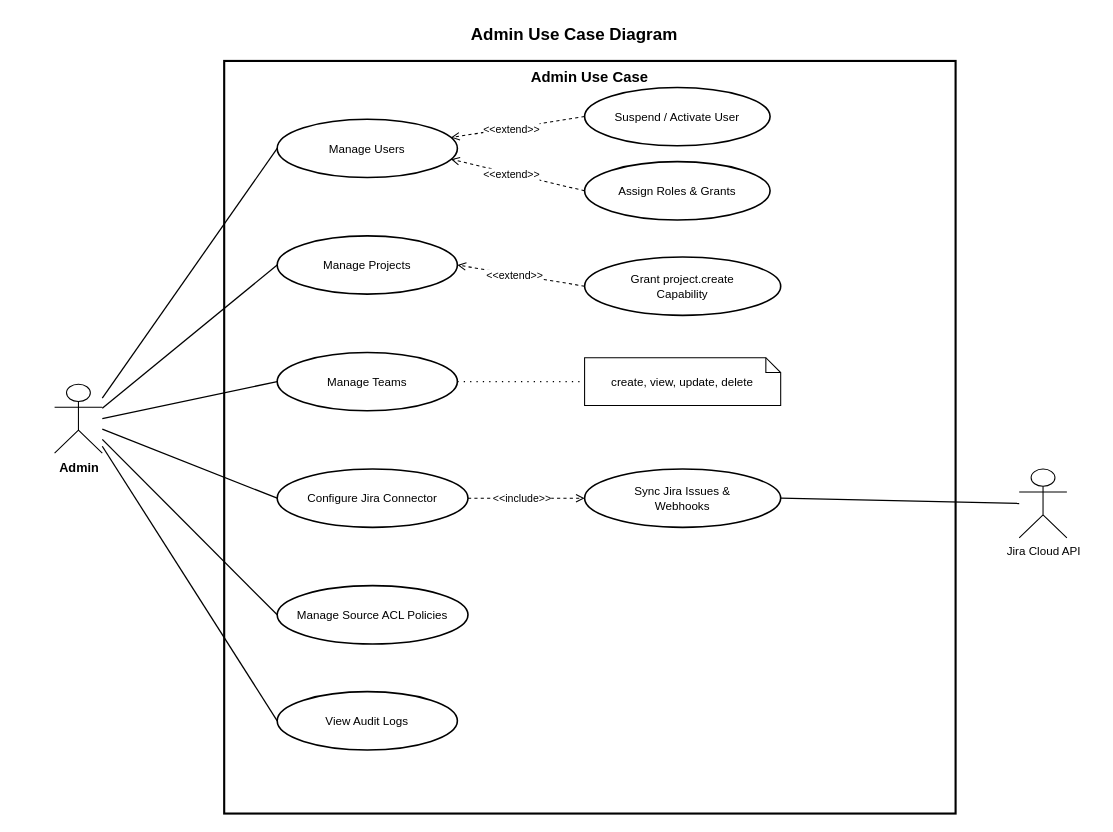
DATN-SPRING2027/Document keeps this draw.io diagram as Technical-Writing-Document/Output-DrawIo/04_usecase_admin.drawio. Above is the earlier version. Source tidied: cells renumbered, new cells numbered last; positions are measured from the earlier drawing's top-left corner, leaving out a move shared by most shapes. Both pictures are drawn from the tidied source at 106%, with x=0, y=0 at pixel (54, 18).
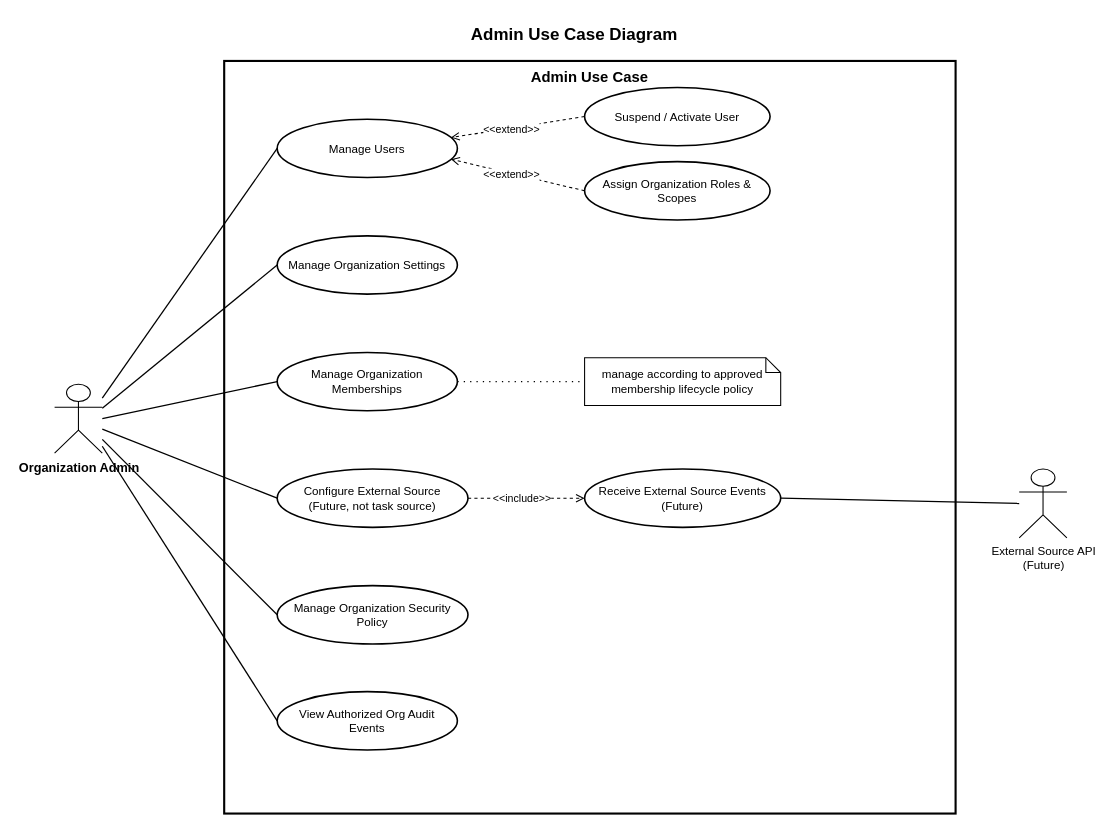
The same diagram, later.

What changed in the source:
```diff
@@
-    <mxCell id="4" value="Admin" style="shape=umlActor;verticalLabelPosition=bottom;verticalAlign=top;html=1;outlineConnect=0;fillColor=none;strokeColor=#000000;fontColor=#000000;fontStyle=1;fontSize=12;fontFamily=Helvetica;" parent="1" vertex="1">
+    <mxCell id="4" value="Organization Admin" style="shape=umlActor;verticalLabelPosition=bottom;verticalAlign=top;html=1;outlineConnect=0;fillColor=none;strokeColor=#000000;fontColor=#000000;fontStyle=1;fontSize=12;fontFamily=Helvetica;" parent="1" vertex="1">
       <mxGeometry y="345" width="45" height="65" as="geometry" />
     </mxCell>
-    <mxCell id="5" value="Jira Cloud API" style="shape=umlActor;verticalLabelPosition=bottom;verticalAlign=top;html=1;outlineConnect=0;fillColor=none;strokeColor=#000000;fontColor=#000000;fontSize=11;fontFamily=Helvetica;" parent="1" vertex="1">
+    <mxCell id="5" value="External Source API&#10;(Future)" style="shape=umlActor;verticalLabelPosition=bottom;verticalAlign=top;html=1;outlineConnect=0;fillColor=none;strokeColor=#000000;fontColor=#000000;fontSize=11;fontFamily=Helvetica;" parent="1" vertex="1">
       <mxGeometry x="910" y="425" width="45" height="65" as="geometry" />
     </mxCell>
@@
-    <mxCell id="7" value="Manage Projects" style="ellipse;whiteSpace=wrap;html=1;fillColor=#ffffff;strokeColor=#000000;strokeWidth=1.5;fontColor=#000000;fontSize=11;fontFamily=Helvetica;" parent="1" vertex="1">
+    <mxCell id="7" value="Manage Organization Settings" style="ellipse;whiteSpace=wrap;html=1;fillColor=#ffffff;strokeColor=#000000;strokeWidth=1.5;fontColor=#000000;fontSize=11;fontFamily=Helvetica;" parent="1" vertex="1">
       <mxGeometry x="210" y="205" width="170" height="55" as="geometry" />
     </mxCell>
-    <mxCell id="8" value="Manage Teams" style="ellipse;whiteSpace=wrap;html=1;fillColor=#ffffff;strokeColor=#000000;strokeWidth=1.5;fontColor=#000000;fontSize=11;fontFamily=Helvetica;" parent="1" vertex="1">
+    <mxCell id="8" value="Manage Organization Memberships" style="ellipse;whiteSpace=wrap;html=1;fillColor=#ffffff;strokeColor=#000000;strokeWidth=1.5;fontColor=#000000;fontSize=11;fontFamily=Helvetica;" parent="1" vertex="1">
       <mxGeometry x="210" y="315" width="170" height="55" as="geometry" />
     </mxCell>
-    <mxCell id="9" value="Configure Jira Connector" style="ellipse;whiteSpace=wrap;html=1;fillColor=#ffffff;strokeColor=#000000;strokeWidth=1.5;fontColor=#000000;fontSize=11;fontFamily=Helvetica;" parent="1" vertex="1">
+    <mxCell id="9" value="Configure External Source&#10;(Future, not task source)" style="ellipse;whiteSpace=wrap;html=1;fillColor=#ffffff;strokeColor=#000000;strokeWidth=1.5;fontColor=#000000;fontSize=11;fontFamily=Helvetica;" parent="1" vertex="1">
       <mxGeometry x="210" y="425" width="180" height="55" as="geometry" />
     </mxCell>
-    <mxCell id="10" value="Manage Source ACL Policies" style="ellipse;whiteSpace=wrap;html=1;fillColor=#ffffff;strokeColor=#000000;strokeWidth=1.5;fontColor=#000000;fontSize=11;fontFamily=Helvetica;" parent="1" vertex="1">
+    <mxCell id="10" value="Manage Organization Security Policy" style="ellipse;whiteSpace=wrap;html=1;fillColor=#ffffff;strokeColor=#000000;strokeWidth=1.5;fontColor=#000000;fontSize=11;fontFamily=Helvetica;" parent="1" vertex="1">
       <mxGeometry x="210" y="535" width="180" height="55" as="geometry" />
     </mxCell>
-    <mxCell id="11" value="View Audit Logs" style="ellipse;whiteSpace=wrap;html=1;fillColor=#ffffff;strokeColor=#000000;strokeWidth=1.5;fontColor=#000000;fontSize=11;fontFamily=Helvetica;" parent="1" vertex="1">
+    <mxCell id="11" value="View Authorized Org Audit&#10;Events" style="ellipse;whiteSpace=wrap;html=1;fillColor=#ffffff;strokeColor=#000000;strokeWidth=1.5;fontColor=#000000;fontSize=11;fontFamily=Helvetica;" parent="1" vertex="1">
       <mxGeometry x="210" y="635" width="170" height="55" as="geometry" />
     </mxCell>
@@
-    <mxCell id="13" value="Assign Roles &amp;amp; Grants" style="ellipse;whiteSpace=wrap;html=1;fillColor=#ffffff;strokeColor=#000000;strokeWidth=1.5;fontColor=#000000;fontSize=11;fontFamily=Helvetica;" parent="1" vertex="1">
+    <mxCell id="13" value="Assign Organization Roles &amp;amp; Scopes" style="ellipse;whiteSpace=wrap;html=1;fillColor=#ffffff;strokeColor=#000000;strokeWidth=1.5;fontColor=#000000;fontSize=11;fontFamily=Helvetica;" parent="1" vertex="1">
       <mxGeometry x="500" y="135" width="175" height="55" as="geometry" />
     </mxCell>
-    <mxCell id="14" value="Grant project.create&#10;Capability" style="ellipse;whiteSpace=wrap;html=1;fillColor=#ffffff;strokeColor=#000000;strokeWidth=1.5;fontColor=#000000;fontSize=11;fontFamily=Helvetica;" parent="1" vertex="1">
-      <mxGeometry x="500" y="225" width="185" height="55" as="geometry" />
-    </mxCell>
-    <mxCell id="15" value="Sync Jira Issues &amp;amp;&#10;Webhooks" style="ellipse;whiteSpace=wrap;html=1;fillColor=#ffffff;strokeColor=#000000;strokeWidth=1.5;fontColor=#000000;fontSize=11;fontFamily=Helvetica;" parent="1" vertex="1">
+    <mxCell id="15" value="Receive External Source Events&#10;(Future)" style="ellipse;whiteSpace=wrap;html=1;fillColor=#ffffff;strokeColor=#000000;strokeWidth=1.5;fontColor=#000000;fontSize=11;fontFamily=Helvetica;" parent="1" vertex="1">
       <mxGeometry x="500" y="425" width="185" height="55" as="geometry" />
     </mxCell>
-    <mxCell id="16" value="create, view, update, delete" style="shape=note;whiteSpace=wrap;html=1;size=14;fillColor=#ffffff;strokeColor=#000000;strokeWidth=1;fontSize=11;fontFamily=Helvetica;align=center;verticalAlign=middle;" parent="1" vertex="1">
+    <mxCell id="16" value="manage according to approved&#10;membership lifecycle policy" style="shape=note;whiteSpace=wrap;html=1;size=14;fillColor=#ffffff;strokeColor=#000000;strokeWidth=1;fontSize=11;fontFamily=Helvetica;align=center;verticalAlign=middle;" parent="1" vertex="1">
       <mxGeometry x="500" y="320" width="185" height="45" as="geometry" />
     </mxCell>
@@
-    <mxCell id="28" style="dashed=1;endArrow=open;endSize=6;html=1;strokeColor=#000000;strokeWidth=1;exitX=0;exitY=0.5;entryX=1;entryY=0.5;" parent="1" edge="1" source="14" target="7">
-      <mxGeometry relative="1" as="geometry" />
-    </mxCell>
-    <mxCell id="29" value="&amp;lt;&amp;lt;extend&amp;gt;&amp;gt;" style="edgeLabel;html=1;align=center;verticalAlign=middle;fontSize=10;fontColor=#000000;labelBackgroundColor=#ffffff;fontFamily=Helvetica;" parent="28" vertex="1">
-      <mxGeometry x="0.1" relative="1" as="geometry" />
-    </mxCell>
```
